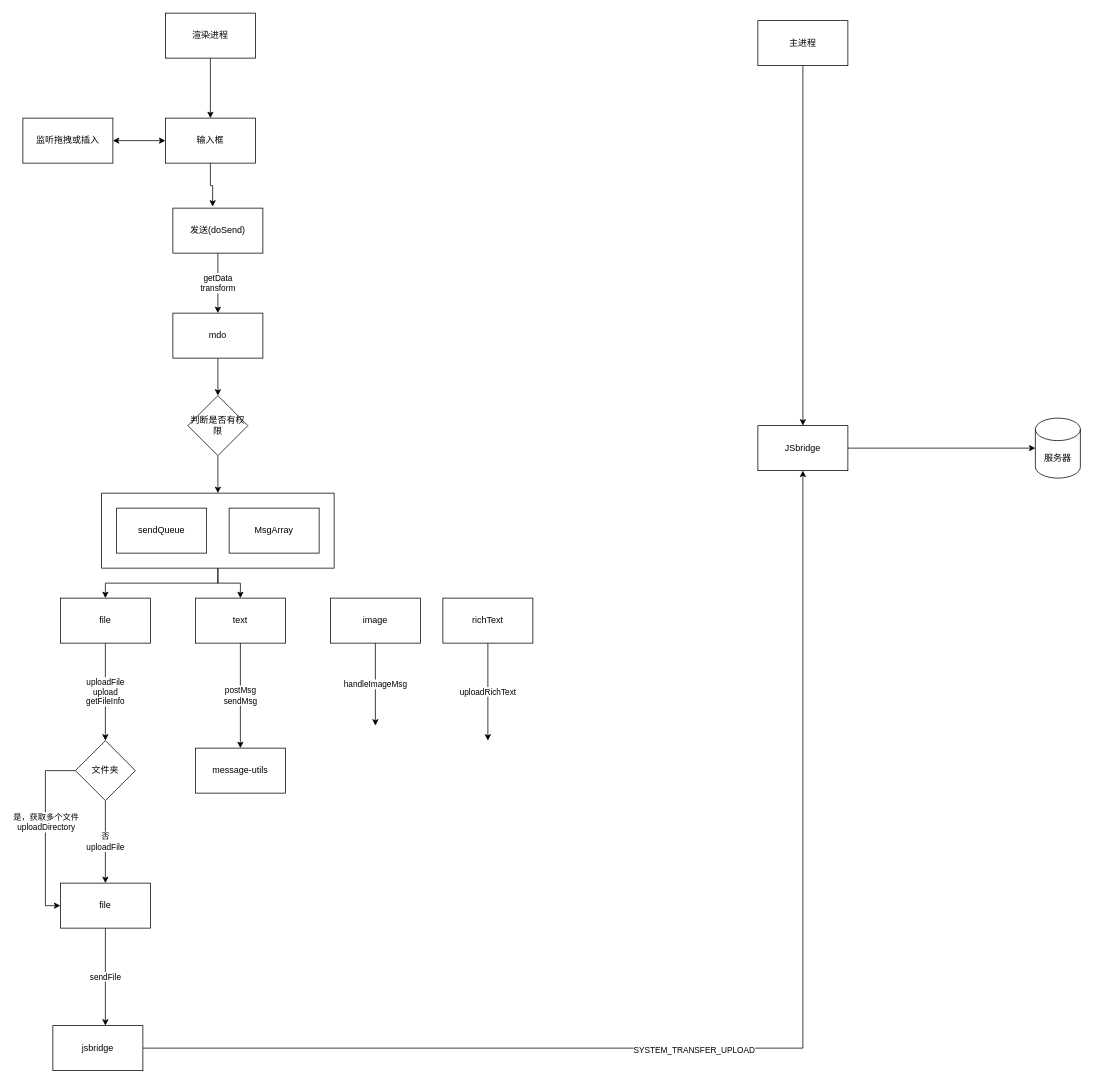
oppo-80343438/flowChart keeps this draw.io diagram as file-upload.drawio. Above is the earlier version. Source tidied: cells renumbered, new cells numbered last; positions are measured from the earlier drawing's top-left corner, leaving out a move shared by most shapes. Both pictures are drawn from the tidied source at 75%, with x=0, y=0 at pixel (22, 13).
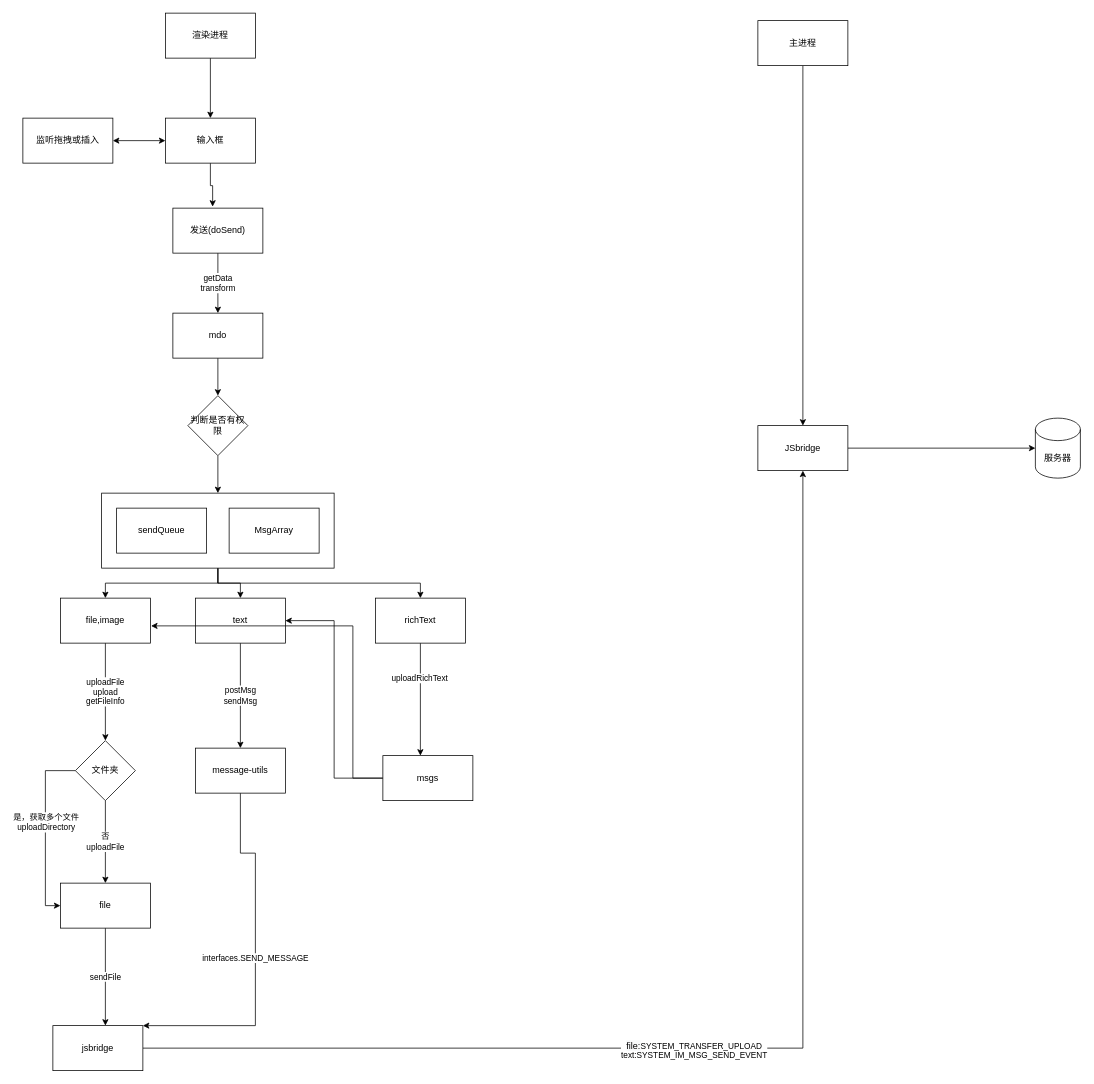
After the change.

The change refers to these unchanged cells:
```xml
<mxCell id="17" value="text" style="rounded=0;whiteSpace=wrap;html=1;" parent="1" vertex="1">
  <mxGeometry x="230" y="780" width="120" height="60" as="geometry" />
</mxCell>
<mxCell id="22" style="rounded=0;whiteSpace=wrap;html=1;" parent="1" vertex="1">
  <mxGeometry x="105" y="640" width="310" height="100" as="geometry" />
</mxCell>
<mxCell id="33" style="edgeStyle=orthogonalEdgeStyle;rounded=0;jettySize=auto;html=1;" parent="1" edge="1" source="35" target="39">
  <mxGeometry relative="1" as="geometry" />
</mxCell>
<mxCell id="35" value="jsbridge" style="rounded=0;whiteSpace=wrap;html=1;" parent="1" vertex="1">
  <mxGeometry x="40" y="1350" width="120" height="60" as="geometry" />
</mxCell>
<mxCell id="41" value="message-utils" style="rounded=0;whiteSpace=wrap;html=1;" parent="1" vertex="1">
  <mxGeometry x="230" y="980" width="120" height="60" as="geometry" />
</mxCell>
```

Change to the diagram source:
```diff
@@
-    <mxCell id="15" value="file" style="rounded=0;whiteSpace=wrap;html=1;" parent="1" vertex="1">
+    <mxCell id="15" value="file,image" style="rounded=0;whiteSpace=wrap;html=1;" parent="1" vertex="1">
       <mxGeometry x="50" y="780" width="120" height="60" as="geometry" />
     </mxCell>
@@
-    <mxCell id="18" value="handleImageMsg" style="edgeStyle=orthogonalEdgeStyle;rounded=0;jettySize=auto;html=1;" parent="1" edge="1" source="19">
-      <mxGeometry relative="1" as="geometry">
-        <mxPoint x="470" y="950" as="targetPoint" />
-      </mxGeometry>
-    </mxCell>
-    <mxCell id="19" value="image" style="rounded=0;whiteSpace=wrap;html=1;" parent="1" vertex="1">
-      <mxGeometry x="410" y="780" width="120" height="60" as="geometry" />
-    </mxCell>
@@
+    <mxCell id="42" style="edgeStyle=orthogonalEdgeStyle;rounded=0;jettySize=auto;html=1;entryX=0.5;entryY=0;entryDx=0;entryDy=0;" parent="1" edge="1" source="22" target="26">
+      <mxGeometry relative="1" as="geometry">
+        <Array as="points">
+          <mxPoint x="260" y="760" />
+          <mxPoint x="530" y="760" />
+        </Array>
+      </mxGeometry>
+    </mxCell>
@@
+    <mxCell id="43" style="edgeStyle=orthogonalEdgeStyle;rounded=0;jettySize=auto;html=1;" parent="1" edge="1" source="26">
+      <mxGeometry relative="1" as="geometry">
+        <mxPoint x="530" y="990" as="targetPoint" />
+        <Array as="points">
+          <mxPoint x="530" y="990" />
+          <mxPoint x="530" y="990" />
+        </Array>
+      </mxGeometry>
+    </mxCell>
-    <mxCell id="25" value="uploadRichText" style="edgeStyle=orthogonalEdgeStyle;rounded=0;jettySize=auto;html=1;" parent="1" edge="1" source="26">
-      <mxGeometry relative="1" as="geometry">
-        <mxPoint x="620" y="970" as="targetPoint" />
-      </mxGeometry>
+    <mxCell id="25" value="uploadRichText" style="edgeLabel;html=1;align=center;verticalAlign=middle;" parent="43" vertex="1">
+      <mxGeometry x="-0.39" y="-2" relative="1" as="geometry" />
     </mxCell>
     <mxCell id="26" value="richText" style="rounded=0;whiteSpace=wrap;html=1;" parent="1" vertex="1">
-      <mxGeometry x="560" y="780" width="120" height="60" as="geometry" />
+      <mxGeometry x="470" y="780" width="120" height="60" as="geometry" />
     </mxCell>
@@
-    <mxCell id="34" value="SYSTEM_TRANSFER_UPLOAD" style="edgeLabel;html=1;align=center;verticalAlign=middle;" parent="33" vertex="1">
+    <mxCell id="34" value="&lt;span style=&quot;font-size: 12px ; background-color: rgb(248 , 249 , 250)&quot;&gt;file:&lt;/span&gt;SYSTEM_TRANSFER_UPLOAD&lt;br&gt;text:SYSTEM_IM_MSG_SEND_EVENT" style="edgeLabel;html=1;align=center;verticalAlign=middle;" parent="33" vertex="1">
       <mxGeometry x="-0.11" y="-2" relative="1" as="geometry" />
     </mxCell>
@@
+    <mxCell id="44" value="interfaces.SEND_MESSAGE&lt;br&gt;" style="edgeStyle=orthogonalEdgeStyle;rounded=0;jettySize=auto;html=1;entryX=1;entryY=0;entryDx=0;entryDy=0;" parent="1" edge="1" source="41" target="35">
+      <mxGeometry relative="1" as="geometry">
+        <Array as="points">
+          <mxPoint x="290" y="1120" />
+          <mxPoint x="310" y="1120" />
+          <mxPoint x="310" y="1350" />
+        </Array>
+      </mxGeometry>
+    </mxCell>
@@
+    <mxCell id="45" style="edgeStyle=orthogonalEdgeStyle;rounded=0;jettySize=auto;html=1;entryX=1;entryY=0.5;entryDx=0;entryDy=0;" parent="1" edge="1" source="47" target="17">
+      <mxGeometry relative="1" as="geometry" />
+    </mxCell>
+    <mxCell id="46" style="edgeStyle=orthogonalEdgeStyle;rounded=0;jettySize=auto;html=1;entryX=1.008;entryY=0.617;entryDx=0;entryDy=0;entryPerimeter=0;" parent="1" edge="1" source="47" target="15">
+      <mxGeometry relative="1" as="geometry">
+        <Array as="points">
+          <mxPoint x="440" y="1020" />
+          <mxPoint x="440" y="817" />
+        </Array>
+      </mxGeometry>
+    </mxCell>
+    <mxCell id="47" value="msgs" style="rounded=0;whiteSpace=wrap;html=1;" parent="1" vertex="1">
+      <mxGeometry x="480" y="990" width="120" height="60" as="geometry" />
+    </mxCell>
```
